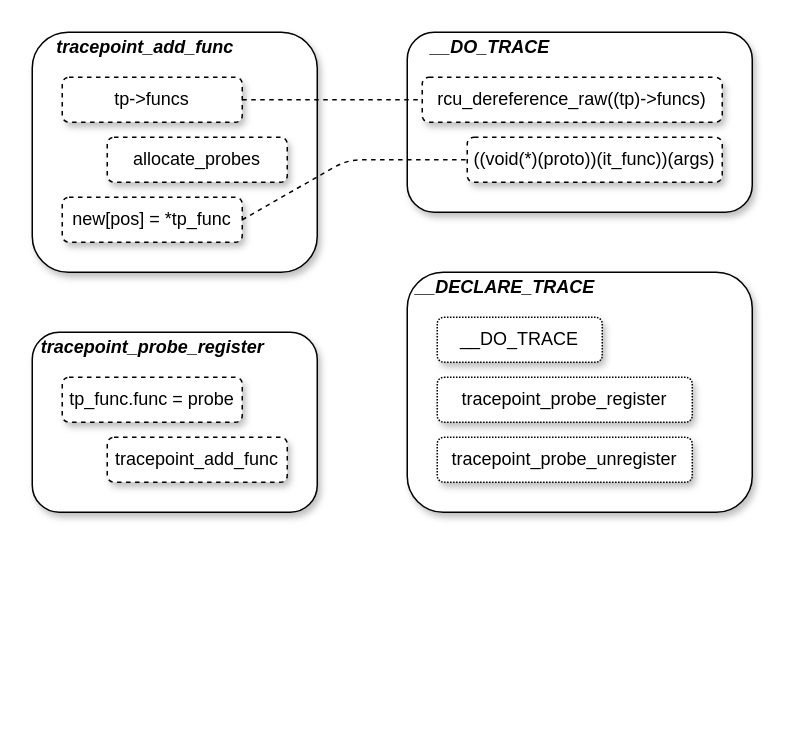
Earlier version of the draw.io diagram tracepoint.drawio (AirbornWdd/doc). Source tidied: cells renumbered, new cells numbered last; positions are measured from the earlier drawing's top-left corner, leaving out a move shared by most shapes. Both pictures are drawn from the tidied source at 150%, with x=0, y=0 at pixel (32, 32).
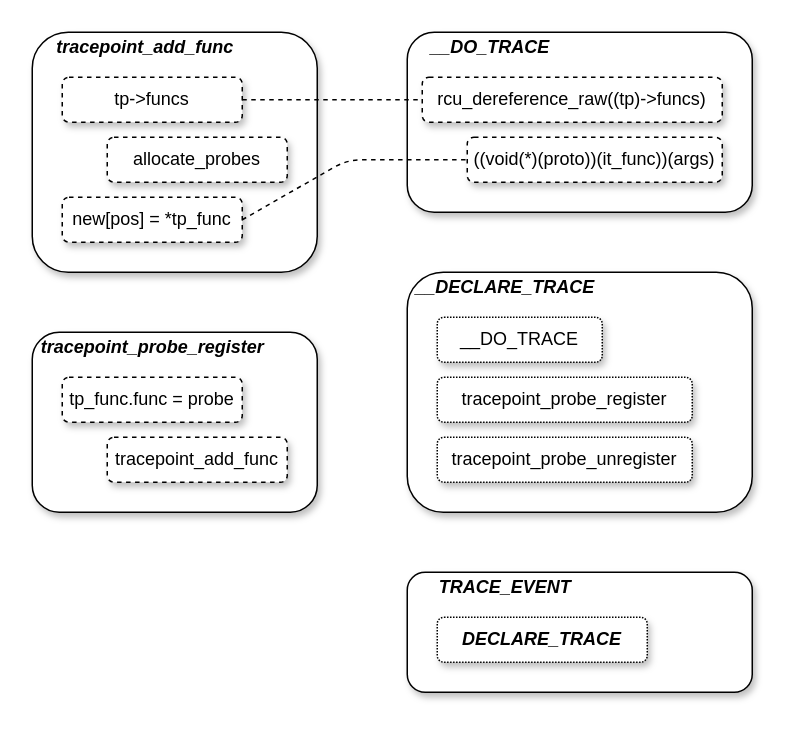
After the change.

What changed in the source:
```diff
@@
+    <mxCell id="22" style="rounded=1;whiteSpace=wrap;html=1;shadow=1;" parent="1" vertex="1">
+      <mxGeometry x="250" y="360" width="230" height="80" as="geometry" />
+    </mxCell>
+    <mxCell id="23" value="&lt;b&gt;&lt;i&gt;TRACE_EVENT&lt;/i&gt;&lt;/b&gt;" style="text;html=1;align=center;verticalAlign=middle;" parent="1" vertex="1">
+      <mxGeometry x="265" y="360" width="100" height="20" as="geometry" />
+    </mxCell>
+    <mxCell id="24" value="&lt;b&gt;&lt;i&gt;DECLARE_TRACE&lt;/i&gt;&lt;/b&gt;" style="rounded=1;whiteSpace=wrap;html=1;shadow=1;dashed=1;dashPattern=1 1;" parent="1" vertex="1">
+      <mxGeometry x="270" y="390" width="140" height="30" as="geometry" />
+    </mxCell>
```
